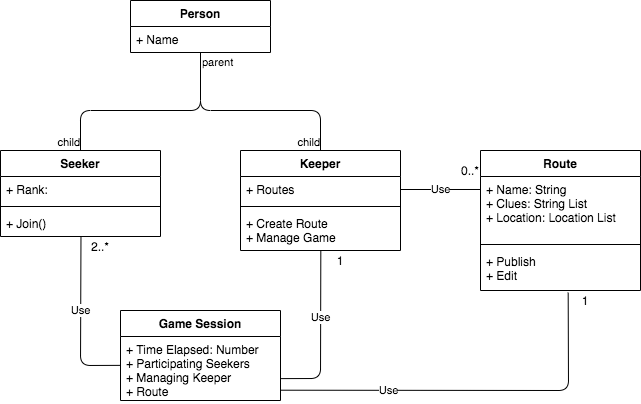
The draw.io diagram images/UML.png in calvin-cs262-fall2020-teamG/predestination-project, before a commit. Source tidied: cells renumbered, new cells last; positions are measured from the earlier drawing's top-left corner, leaving out a move shared by most shapes. The source it was exported from:
```xml
<mxGraphModel>
  <root>
    <mxCell id="0" />
    <mxCell id="1" parent="0" />
    <mxCell id="2" value="0..*" style="text;html=1;strokeColor=none;fillColor=none;align=center;verticalAlign=middle;whiteSpace=wrap;rounded=0;" parent="1" vertex="1">
      <mxGeometry x="450" y="160" width="40" height="20" as="geometry" />
    </mxCell>
    <mxCell id="3" value="2..*" style="text;html=1;strokeColor=none;fillColor=none;align=center;verticalAlign=middle;whiteSpace=wrap;rounded=0;dashed=1;" parent="1" vertex="1">
      <mxGeometry x="80" y="236" width="40" height="20" as="geometry" />
    </mxCell>
    <mxCell id="4" value="Use" style="endArrow=none;endSize=12;html=1;entryX=0.548;entryY=1.052;entryDx=0;entryDy=0;entryPerimeter=0;exitX=1.002;exitY=0.839;exitDx=0;exitDy=0;exitPerimeter=0;endFill=0;" parent="1" edge="1" source="26" target="17">
      <mxGeometry x="-0.44" relative="1" as="geometry">
        <Array as="points">
          <mxPoint x="568" y="390" />
        </Array>
      </mxGeometry>
    </mxCell>
    <mxCell id="5" value="Use" style="endArrow=none;endSize=12;html=1;exitX=0.003;exitY=0.451;exitDx=0;exitDy=0;entryX=0.503;entryY=0.991;entryDx=0;entryDy=0;entryPerimeter=0;exitPerimeter=0;endFill=0;" parent="1" edge="1" source="26" target="9">
      <mxGeometry x="0.13" relative="1" as="geometry">
        <Array as="points">
          <mxPoint x="80" y="365" />
        </Array>
      </mxGeometry>
    </mxCell>
    <mxCell id="6" value="Seeker" style="swimlane;fontStyle=1;align=center;verticalAlign=top;horizontal=1;startSize=26;" parent="1" vertex="1">
      <mxGeometry y="150" width="160" height="86" as="geometry" />
    </mxCell>
    <mxCell id="7" value="+ Rank: " style="text;strokeColor=none;fillColor=none;align=left;verticalAlign=top;spacingLeft=4;spacingRight=4;overflow=hidden;" parent="6" vertex="1">
      <mxGeometry y="26" width="160" height="26" as="geometry" />
    </mxCell>
    <mxCell id="8" style="line;strokeWidth=1;fillColor=none;align=left;verticalAlign=middle;spacingTop=-1;spacingLeft=3;spacingRight=3;labelPosition=right;" parent="6" vertex="1">
      <mxGeometry y="52" width="160" height="8" as="geometry" />
    </mxCell>
    <mxCell id="9" value="+ Join()" style="text;strokeColor=none;fillColor=none;align=left;verticalAlign=top;spacingLeft=4;spacingRight=4;overflow=hidden;points=[[0,0.5],[1,0.5]];portConstraint=eastwest;" parent="6" vertex="1">
      <mxGeometry y="60" width="160" height="26" as="geometry" />
    </mxCell>
    <mxCell id="10" value="Keeper" style="swimlane;fontStyle=1;align=center;verticalAlign=top;horizontal=1;startSize=26;" parent="1" vertex="1">
      <mxGeometry x="240" y="150" width="160" height="100" as="geometry" />
    </mxCell>
    <mxCell id="11" value="+ Routes" style="text;strokeColor=none;fillColor=none;align=left;verticalAlign=top;spacingLeft=4;spacingRight=4;overflow=hidden;points=[[0,0.5],[1,0.5]];portConstraint=eastwest;" parent="10" vertex="1">
      <mxGeometry y="26" width="160" height="26" as="geometry" />
    </mxCell>
    <mxCell id="12" style="line;strokeWidth=1;fillColor=none;align=left;verticalAlign=middle;spacingTop=-1;spacingLeft=3;spacingRight=3;labelPosition=right;" parent="10" vertex="1">
      <mxGeometry y="52" width="160" height="8" as="geometry" />
    </mxCell>
    <mxCell id="13" value="+ Create Route&#10;+ Manage Game" style="text;strokeColor=none;fillColor=none;align=left;verticalAlign=top;spacingLeft=4;spacingRight=4;overflow=hidden;points=[[0,0.5],[1,0.5]];portConstraint=eastwest;" parent="10" vertex="1">
      <mxGeometry y="60" width="160" height="40" as="geometry" />
    </mxCell>
    <mxCell id="14" value="Route" style="swimlane;fontStyle=1;align=center;verticalAlign=top;horizontal=1;startSize=26;" parent="1" vertex="1">
      <mxGeometry x="480" y="150" width="160" height="140" as="geometry" />
    </mxCell>
    <mxCell id="15" value="+ Name: String&#10;+ Clues: String List&#10;+ Location: Location List&#10;&#10;" style="text;strokeColor=none;fillColor=none;align=left;verticalAlign=top;spacingLeft=4;spacingRight=4;overflow=hidden;points=[[0,0.5],[1,0.5]];portConstraint=eastwest;" parent="14" vertex="1">
      <mxGeometry y="26" width="160" height="64" as="geometry" />
    </mxCell>
    <mxCell id="16" style="line;strokeWidth=1;fillColor=none;align=left;verticalAlign=middle;spacingTop=-1;spacingLeft=3;spacingRight=3;labelPosition=right;" parent="14" vertex="1">
      <mxGeometry y="90" width="160" height="8" as="geometry" />
    </mxCell>
    <mxCell id="17" value="+ Publish&#10;+ Edit" style="text;strokeColor=none;fillColor=none;align=left;verticalAlign=top;spacingLeft=4;spacingRight=4;overflow=hidden;points=[[0,0.5],[1,0.5]];portConstraint=eastwest;" parent="14" vertex="1">
      <mxGeometry y="98" width="160" height="42" as="geometry" />
    </mxCell>
    <mxCell id="18" value="Use" style="endArrow=none;endSize=12;html=1;exitX=1;exitY=0.5;exitDx=0;exitDy=0;entryX=0;entryY=0.203;entryDx=0;entryDy=0;entryPerimeter=0;endFill=0;" parent="1" edge="1" source="11" target="15">
      <mxGeometry relative="1" as="geometry" />
    </mxCell>
    <mxCell id="19" value="1" style="text;html=1;strokeColor=none;fillColor=none;align=center;verticalAlign=middle;whiteSpace=wrap;rounded=0;" parent="1" vertex="1">
      <mxGeometry x="570" y="290" width="30" height="20" as="geometry" />
    </mxCell>
    <mxCell id="20" style="endArrow=none;html=1;edgeStyle=orthogonalEdgeStyle;exitX=0.5;exitY=1;exitDx=0;exitDy=0;entryX=0.5;entryY=0;entryDx=0;entryDy=0;" parent="1" edge="1" source="27" target="10">
      <mxGeometry relative="1" as="geometry">
        <Array as="points">
          <mxPoint x="200" y="110" />
          <mxPoint x="320" y="110" />
        </Array>
      </mxGeometry>
    </mxCell>
    <mxCell id="21" value="child" style="edgeLabel;html=1;align=right;verticalAlign=bottom;" parent="20" vertex="1">
      <mxGeometry x="1" relative="1" as="geometry" />
    </mxCell>
    <mxCell id="22" style="endArrow=none;html=1;edgeStyle=orthogonalEdgeStyle;entryX=0.5;entryY=0;entryDx=0;entryDy=0;exitX=0.5;exitY=1;exitDx=0;exitDy=0;" parent="1" edge="1" source="27" target="6">
      <mxGeometry relative="1" as="geometry">
        <Array as="points">
          <mxPoint x="200" y="110" />
          <mxPoint x="80" y="110" />
        </Array>
      </mxGeometry>
    </mxCell>
    <mxCell id="23" value="parent" style="edgeLabel;html=1;align=left;verticalAlign=bottom;" parent="22" vertex="1">
      <mxGeometry x="-1" relative="1" as="geometry">
        <mxPoint y="17.7" as="offset" />
      </mxGeometry>
    </mxCell>
    <mxCell id="24" value="child" style="edgeLabel;html=1;align=right;verticalAlign=bottom;" parent="22" vertex="1">
      <mxGeometry x="1" relative="1" as="geometry" />
    </mxCell>
    <mxCell id="25" value="Game Session" style="swimlane;fontStyle=1;align=center;verticalAlign=top;horizontal=1;startSize=26;" parent="1" vertex="1">
      <mxGeometry x="120" y="310" width="160" height="90" as="geometry" />
    </mxCell>
    <mxCell id="26" value="+ Time Elapsed: Number&#10;+ Participating Seekers&#10;+ Managing Keeper&#10;+ Route" style="text;strokeColor=none;fillColor=none;align=left;verticalAlign=top;spacingLeft=4;spacingRight=4;overflow=hidden;points=[[0,0.5],[1,0.5]];portConstraint=eastwest;" parent="25" vertex="1">
      <mxGeometry y="26" width="160" height="64" as="geometry" />
    </mxCell>
    <mxCell id="27" value="Person" style="swimlane;fontStyle=1;horizontal=1;startSize=26;fillColor=none;" parent="1" vertex="1">
      <mxGeometry x="130" width="140" height="52" as="geometry" />
    </mxCell>
    <mxCell id="28" value="+ Name" style="text;strokeColor=none;fillColor=none;align=left;verticalAlign=top;spacingLeft=4;spacingRight=4;overflow=hidden;" parent="27" vertex="1">
      <mxGeometry y="26" width="140" height="26" as="geometry" />
    </mxCell>
    <mxCell id="29" value="Use" style="endArrow=none;endSize=12;html=1;entryX=0.502;entryY=1.005;entryDx=0;entryDy=0;entryPerimeter=0;exitX=1.004;exitY=0.658;exitDx=0;exitDy=0;exitPerimeter=0;endFill=0;" parent="1" edge="1" source="26" target="13">
      <mxGeometry x="0.2" relative="1" as="geometry">
        <Array as="points">
          <mxPoint x="320" y="378" />
        </Array>
      </mxGeometry>
    </mxCell>
    <mxCell id="30" value="1" style="text;html=1;strokeColor=none;fillColor=none;align=center;verticalAlign=middle;whiteSpace=wrap;rounded=0;" parent="1" vertex="1">
      <mxGeometry x="320" y="250" width="40" height="20" as="geometry" />
    </mxCell>
  </root>
</mxGraphModel>
```
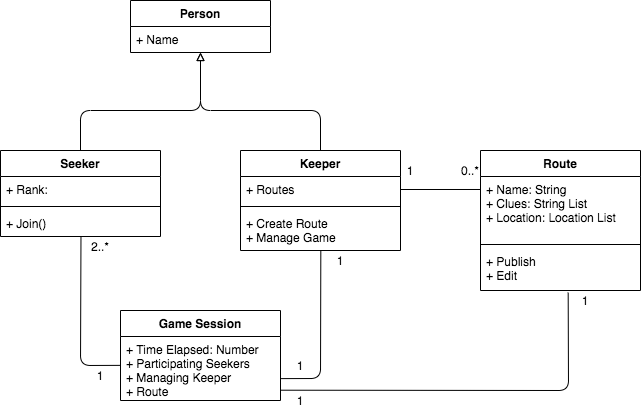
The same file after the commit.

Commit message:
Updated UML according to Prof's feedback

Change to the diagram source:
```diff
@@ -8,14 +8,14 @@
     <mxCell id="3" value="2..*" style="text;html=1;strokeColor=none;fillColor=none;align=center;verticalAlign=middle;whiteSpace=wrap;rounded=0;dashed=1;" parent="1" vertex="1">
       <mxGeometry x="80" y="236" width="40" height="20" as="geometry" />
     </mxCell>
-    <mxCell id="4" value="Use" style="endArrow=none;endSize=12;html=1;entryX=0.548;entryY=1.052;entryDx=0;entryDy=0;entryPerimeter=0;exitX=1.002;exitY=0.839;exitDx=0;exitDy=0;exitPerimeter=0;endFill=0;" parent="1" edge="1" source="26" target="17">
+    <mxCell id="4" style="endArrow=none;endSize=12;html=1;entryX=0.548;entryY=1.052;entryDx=0;entryDy=0;entryPerimeter=0;exitX=1.002;exitY=0.839;exitDx=0;exitDy=0;exitPerimeter=0;endFill=0;" parent="1" edge="1" source="26" target="17">
       <mxGeometry x="-0.44" relative="1" as="geometry">
         <Array as="points">
           <mxPoint x="568" y="390" />
         </Array>
       </mxGeometry>
     </mxCell>
-    <mxCell id="5" value="Use" style="endArrow=none;endSize=12;html=1;exitX=0.003;exitY=0.451;exitDx=0;exitDy=0;entryX=0.503;entryY=0.991;entryDx=0;entryDy=0;entryPerimeter=0;exitPerimeter=0;endFill=0;" parent="1" edge="1" source="26" target="9">
+    <mxCell id="5" style="endArrow=none;endSize=12;html=1;exitX=0.003;exitY=0.451;exitDx=0;exitDy=0;entryX=0.503;entryY=0.991;entryDx=0;entryDy=0;entryPerimeter=0;exitPerimeter=0;endFill=0;" parent="1" edge="1" source="26" target="9">
       <mxGeometry x="0.13" relative="1" as="geometry">
         <Array as="points">
           <mxPoint x="80" y="365" />
@@ -58,13 +58,13 @@
     <mxCell id="17" value="+ Publish&#10;+ Edit" style="text;strokeColor=none;fillColor=none;align=left;verticalAlign=top;spacingLeft=4;spacingRight=4;overflow=hidden;points=[[0,0.5],[1,0.5]];portConstraint=eastwest;" parent="14" vertex="1">
       <mxGeometry y="98" width="160" height="42" as="geometry" />
     </mxCell>
-    <mxCell id="18" value="Use" style="endArrow=none;endSize=12;html=1;exitX=1;exitY=0.5;exitDx=0;exitDy=0;entryX=0;entryY=0.203;entryDx=0;entryDy=0;entryPerimeter=0;endFill=0;" parent="1" edge="1" source="11" target="15">
+    <mxCell id="18" style="endArrow=none;endSize=12;html=1;exitX=1;exitY=0.5;exitDx=0;exitDy=0;entryX=0;entryY=0.203;entryDx=0;entryDy=0;entryPerimeter=0;endFill=0;" parent="1" edge="1" source="11" target="15">
       <mxGeometry relative="1" as="geometry" />
     </mxCell>
     <mxCell id="19" value="1" style="text;html=1;strokeColor=none;fillColor=none;align=center;verticalAlign=middle;whiteSpace=wrap;rounded=0;" parent="1" vertex="1">
       <mxGeometry x="570" y="290" width="30" height="20" as="geometry" />
     </mxCell>
-    <mxCell id="20" style="endArrow=none;html=1;edgeStyle=orthogonalEdgeStyle;exitX=0.5;exitY=1;exitDx=0;exitDy=0;entryX=0.5;entryY=0;entryDx=0;entryDy=0;" parent="1" edge="1" source="27" target="10">
+    <mxCell id="20" style="endArrow=none;html=1;edgeStyle=orthogonalEdgeStyle;exitX=0.5;exitY=1;exitDx=0;exitDy=0;entryX=0.5;entryY=0;entryDx=0;entryDy=0;startArrow=block;startFill=0;" parent="1" edge="1" source="27" target="10">
       <mxGeometry relative="1" as="geometry">
         <Array as="points">
           <mxPoint x="200" y="110" />
@@ -72,10 +72,7 @@
         </Array>
       </mxGeometry>
     </mxCell>
-    <mxCell id="21" value="child" style="edgeLabel;html=1;align=right;verticalAlign=bottom;" parent="20" vertex="1">
-      <mxGeometry x="1" relative="1" as="geometry" />
-    </mxCell>
-    <mxCell id="22" style="endArrow=none;html=1;edgeStyle=orthogonalEdgeStyle;entryX=0.5;entryY=0;entryDx=0;entryDy=0;exitX=0.5;exitY=1;exitDx=0;exitDy=0;" parent="1" edge="1" source="27" target="6">
+    <mxCell id="22" style="endArrow=none;html=1;edgeStyle=orthogonalEdgeStyle;entryX=0.5;entryY=0;entryDx=0;entryDy=0;exitX=0.5;exitY=1;exitDx=0;exitDy=0;startArrow=block;startFill=0;" parent="1" edge="1" source="27" target="6">
       <mxGeometry relative="1" as="geometry">
         <Array as="points">
           <mxPoint x="200" y="110" />
@@ -83,14 +80,6 @@
         </Array>
       </mxGeometry>
     </mxCell>
-    <mxCell id="23" value="parent" style="edgeLabel;html=1;align=left;verticalAlign=bottom;" parent="22" vertex="1">
-      <mxGeometry x="-1" relative="1" as="geometry">
-        <mxPoint y="17.7" as="offset" />
-      </mxGeometry>
-    </mxCell>
-    <mxCell id="24" value="child" style="edgeLabel;html=1;align=right;verticalAlign=bottom;" parent="22" vertex="1">
-      <mxGeometry x="1" relative="1" as="geometry" />
-    </mxCell>
     <mxCell id="25" value="Game Session" style="swimlane;fontStyle=1;align=center;verticalAlign=top;horizontal=1;startSize=26;" parent="1" vertex="1">
       <mxGeometry x="120" y="310" width="160" height="90" as="geometry" />
     </mxCell>
@@ -103,7 +92,7 @@
     <mxCell id="28" value="+ Name" style="text;strokeColor=none;fillColor=none;align=left;verticalAlign=top;spacingLeft=4;spacingRight=4;overflow=hidden;" parent="27" vertex="1">
       <mxGeometry y="26" width="140" height="26" as="geometry" />
     </mxCell>
-    <mxCell id="29" value="Use" style="endArrow=none;endSize=12;html=1;entryX=0.502;entryY=1.005;entryDx=0;entryDy=0;entryPerimeter=0;exitX=1.004;exitY=0.658;exitDx=0;exitDy=0;exitPerimeter=0;endFill=0;" parent="1" edge="1" source="26" target="13">
+    <mxCell id="29" style="endArrow=none;endSize=12;html=1;entryX=0.502;entryY=1.005;entryDx=0;entryDy=0;entryPerimeter=0;exitX=1.004;exitY=0.658;exitDx=0;exitDy=0;exitPerimeter=0;endFill=0;" parent="1" edge="1" source="26" target="13">
       <mxGeometry x="0.2" relative="1" as="geometry">
         <Array as="points">
           <mxPoint x="320" y="378" />
@@ -113,5 +102,17 @@
     <mxCell id="30" value="1" style="text;html=1;strokeColor=none;fillColor=none;align=center;verticalAlign=middle;whiteSpace=wrap;rounded=0;" parent="1" vertex="1">
       <mxGeometry x="320" y="250" width="40" height="20" as="geometry" />
     </mxCell>
+    <mxCell id="31" value="1" style="text;html=1;strokeColor=none;fillColor=none;align=center;verticalAlign=middle;whiteSpace=wrap;rounded=0;dashed=1;" parent="1" vertex="1">
+      <mxGeometry x="80" y="365" width="40" height="20" as="geometry" />
+    </mxCell>
+    <mxCell id="32" value="1" style="text;html=1;strokeColor=none;fillColor=none;align=center;verticalAlign=middle;whiteSpace=wrap;rounded=0;dashed=1;" parent="1" vertex="1">
+      <mxGeometry x="280" y="355" width="40" height="20" as="geometry" />
+    </mxCell>
+    <mxCell id="33" value="1" style="text;html=1;strokeColor=none;fillColor=none;align=center;verticalAlign=middle;whiteSpace=wrap;rounded=0;" parent="1" vertex="1">
+      <mxGeometry x="390" y="160" width="40" height="20" as="geometry" />
+    </mxCell>
+    <mxCell id="34" value="1" style="text;html=1;strokeColor=none;fillColor=none;align=center;verticalAlign=middle;whiteSpace=wrap;rounded=0;" parent="1" vertex="1">
+      <mxGeometry x="285" y="390" width="30" height="20" as="geometry" />
+    </mxCell>
   </root>
 </mxGraphModel>
```
